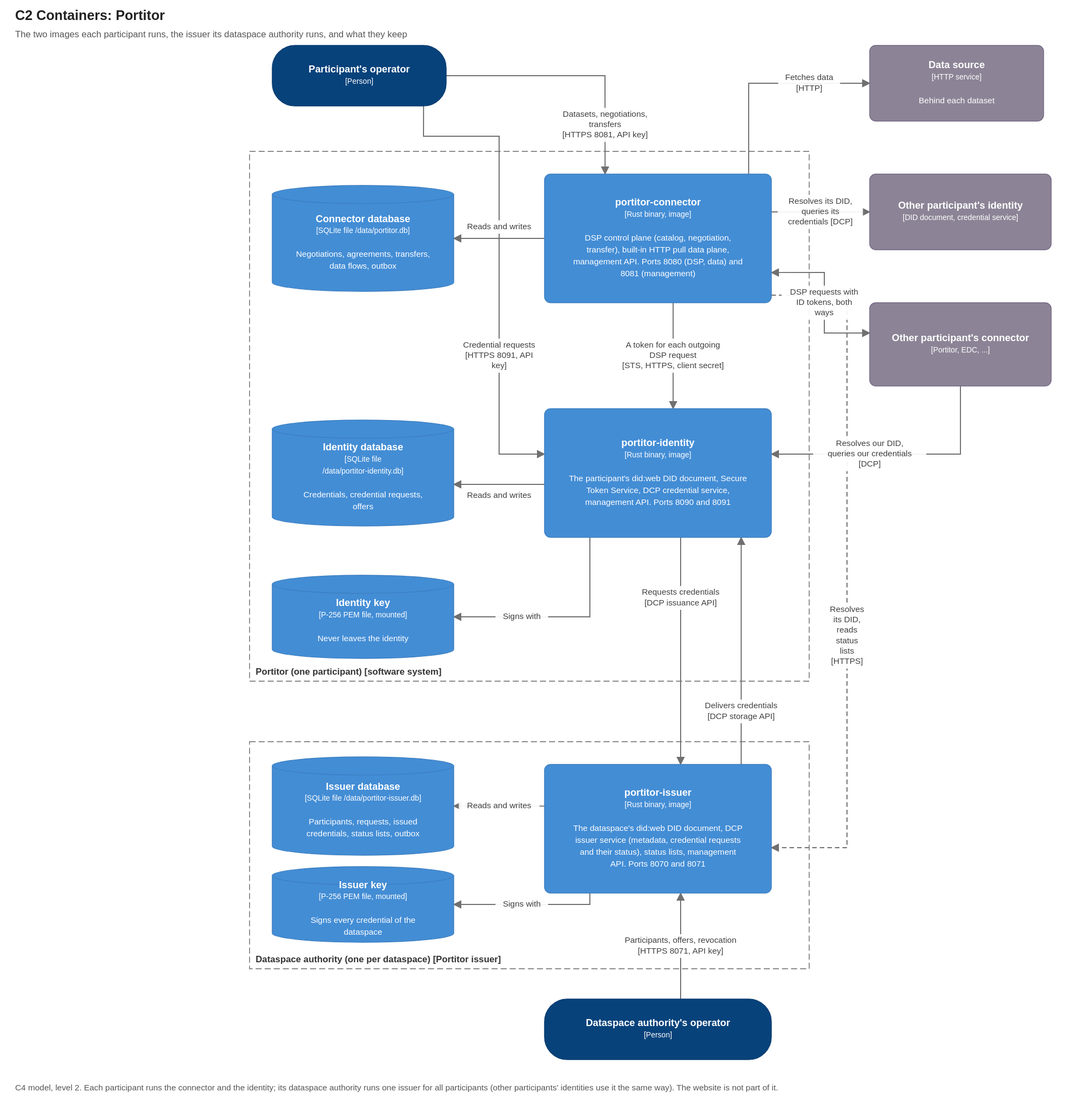
brunopacheco1/ldsc keeps this draw.io diagram as docs/diagrams/c2-containers.drawio.svg. Above is the earlier version. Source tidied: cells renumbered, new cells last; positions are measured from the earlier drawing's top-left corner, leaving out a move shared by most shapes.
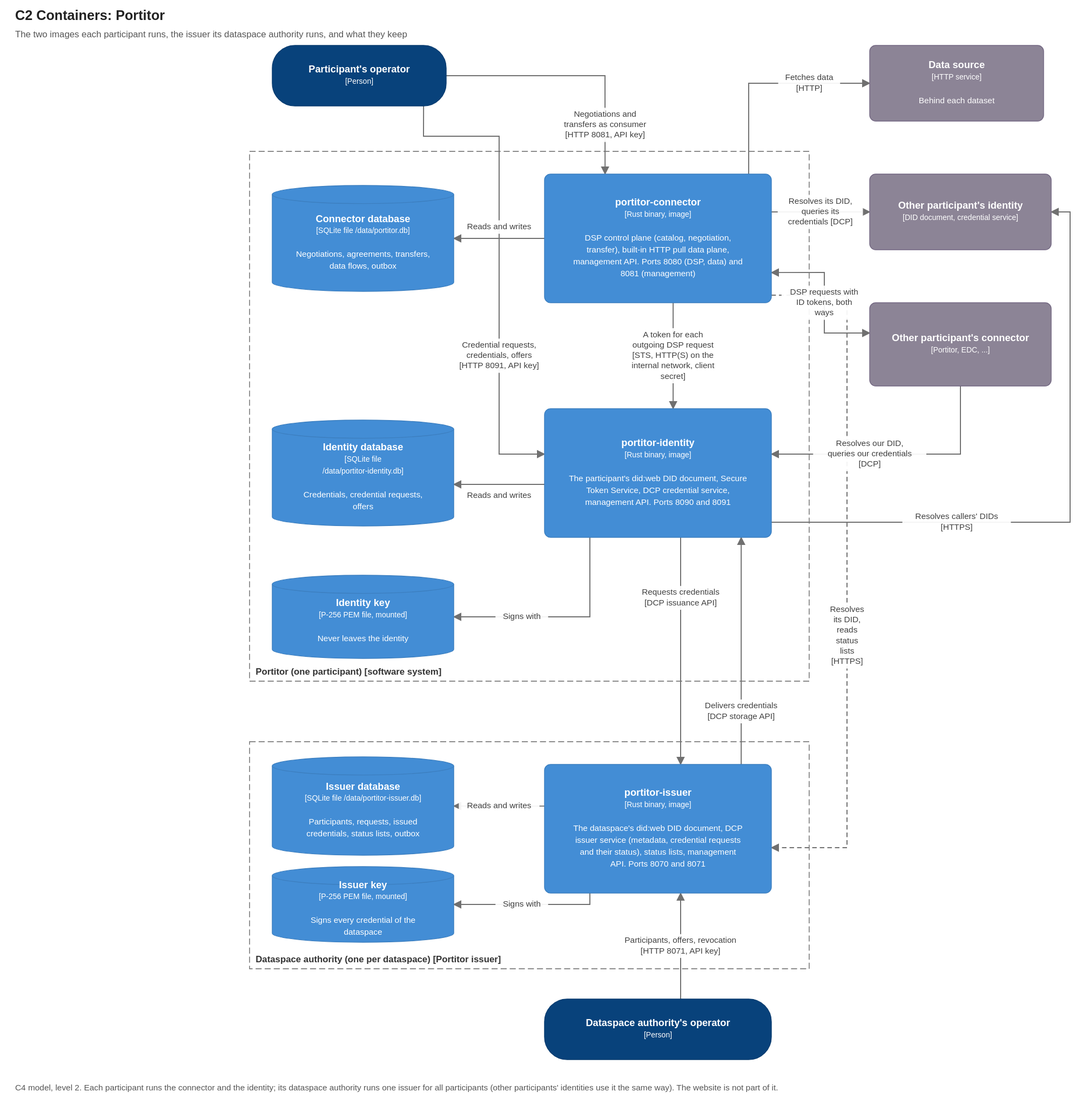
After the commit.

The edit, as a diff of the source:
```diff
@@ -32,14 +32,14 @@
     <mxCell id="11" value="&lt;b&gt;Other participant&amp;#x27;s connector&lt;/b&gt;&lt;br&gt;&lt;font style=&quot;font-size:10px&quot;&gt;[Portitor, EDC, ...]&lt;/font&gt;" style="rounded=1;arcSize=8;whiteSpace=wrap;html=1;fillColor=#8C8496;strokeColor=#736782;fontColor=#FFFFFF;fontSize=13;align=center;verticalAlign=middle;c4Kind=external;c4Name=Other participant's connector;" parent="1" vertex="1">
       <mxGeometry x="1130" y="340" width="240" height="110" as="geometry" />
     </mxCell>
-    <mxCell id="12" value="Datasets, negotiations, transfers&#10;[HTTPS 8081, API key]" style="endArrow=blockThin;endFill=1;html=1;rounded=0;strokeColor=#707070;fontSize=11;fontColor=#404040;labelBackgroundColor=#FFFFFF;exitX=1.000;exitY=0.500;exitPerimeter=0;entryX=0.267;entryY=0.000;entryPerimeter=0;" parent="1" edge="1" source="3" target="5">
+    <mxCell id="12" value="Negotiations and transfers as consumer&#10;[HTTP 8081, API key]" style="endArrow=blockThin;endFill=1;html=1;rounded=0;strokeColor=#707070;fontSize=11;fontColor=#404040;labelBackgroundColor=#FFFFFF;exitX=1.000;exitY=0.500;exitPerimeter=0;entryX=0.267;entryY=0.000;entryPerimeter=0;" parent="1" edge="1" source="3" target="5">
       <mxGeometry relative="1" as="geometry">
         <Array as="points">
           <mxPoint x="780" y="40" />
         </Array>
       </mxGeometry>
     </mxCell>
-    <mxCell id="13" value="Credential requests&#10;[HTTPS 8091, API key]" style="endArrow=blockThin;endFill=1;html=1;rounded=0;strokeColor=#707070;fontSize=11;fontColor=#404040;labelBackgroundColor=#FFFFFF;exitX=0.870;exitY=1.000;exitPerimeter=0;entryX=0.000;entryY=0.353;entryPerimeter=0;" parent="1" edge="1" source="3" target="6">
+    <mxCell id="13" value="Credential requests, credentials, offers&#10;[HTTP 8091, API key]" style="endArrow=blockThin;endFill=1;html=1;rounded=0;strokeColor=#707070;fontSize=11;fontColor=#404040;labelBackgroundColor=#FFFFFF;exitX=0.870;exitY=1.000;exitPerimeter=0;entryX=0.000;entryY=0.353;entryPerimeter=0;" parent="1" edge="1" source="3" target="6">
       <mxGeometry relative="1" as="geometry">
         <Array as="points">
           <mxPoint x="540" y="120" />
@@ -61,7 +61,7 @@
         </Array>
       </mxGeometry>
     </mxCell>
-    <mxCell id="17" value="A token for each outgoing DSP request&#10;[STS, HTTPS, client secret]" style="endArrow=blockThin;endFill=1;html=1;rounded=0;strokeColor=#707070;fontSize=11;fontColor=#404040;labelBackgroundColor=#FFFFFF;exitX=0.567;exitY=1.000;exitPerimeter=0;entryX=0.567;entryY=0.000;entryPerimeter=0;" parent="1" edge="1" source="5" target="6">
+    <mxCell id="17" value="A token for each outgoing DSP request&#10;[STS, HTTP(S) on the internal network, client secret]" style="endArrow=blockThin;endFill=1;html=1;rounded=0;strokeColor=#707070;fontSize=11;fontColor=#404040;labelBackgroundColor=#FFFFFF;exitX=0.567;exitY=1.000;exitPerimeter=0;entryX=0.567;entryY=0.000;entryPerimeter=0;" parent="1" edge="1" source="5" target="6">
       <mxGeometry relative="1" as="geometry" />
     </mxCell>
     <mxCell id="18" value="Fetches data&#10;[HTTP]" style="endArrow=blockThin;endFill=1;html=1;rounded=0;strokeColor=#707070;fontSize=11;fontColor=#404040;labelBackgroundColor=#FFFFFF;exitX=0.900;exitY=0.000;exitPerimeter=0;entryX=0.000;entryY=0.500;entryPerimeter=0;" parent="1" edge="1" source="5" target="4">
@@ -128,11 +128,19 @@
         </Array>
       </mxGeometry>
     </mxCell>
-    <mxCell id="32" value="Participants, offers, revocation&#10;[HTTPS 8071, API key]" style="endArrow=blockThin;endFill=1;html=1;rounded=0;strokeColor=#707070;fontSize=11;fontColor=#404040;labelBackgroundColor=#FFFFFF;exitX=0.600;exitY=0.000;exitPerimeter=0;entryX=0.600;entryY=1.000;entryPerimeter=0;" parent="1" edge="1" source="26" target="23">
+    <mxCell id="32" value="Participants, offers, revocation&#10;[HTTP 8071, API key]" style="endArrow=blockThin;endFill=1;html=1;rounded=0;strokeColor=#707070;fontSize=11;fontColor=#404040;labelBackgroundColor=#FFFFFF;exitX=0.600;exitY=0.000;exitPerimeter=0;entryX=0.600;entryY=1.000;entryPerimeter=0;" parent="1" edge="1" source="26" target="23">
       <mxGeometry relative="1" as="geometry" />
     </mxCell>
     <mxCell id="33" value="C4 model, level 2. Each participant runs the connector and the identity; its dataspace authority runs one issuer for all participants (other participants' identities use it the same way). The website is not part of it." style="text;html=1;align=left;verticalAlign=top;fontSize=11;fontColor=#555555;whiteSpace=wrap;" parent="1" vertex="1">
       <mxGeometry y="1360" width="1400" height="40" as="geometry" />
     </mxCell>
+    <mxCell id="34" value="Resolves callers' DIDs&#10;[HTTPS]" style="endArrow=blockThin;endFill=1;html=1;rounded=0;strokeColor=#707070;fontSize=11;fontColor=#404040;labelBackgroundColor=#FFFFFF;exitX=1.000;exitY=0.882;exitPerimeter=0;entryX=1.000;entryY=0.500;entryPerimeter=0;" parent="1" edge="1" source="6" target="10">
+      <mxGeometry relative="1" as="geometry">
+        <Array as="points">
+          <mxPoint x="1395" y="630" />
+          <mxPoint x="1395" y="220" />
+        </Array>
+      </mxGeometry>
+    </mxCell>
   </root>
 </mxGraphModel>
```
